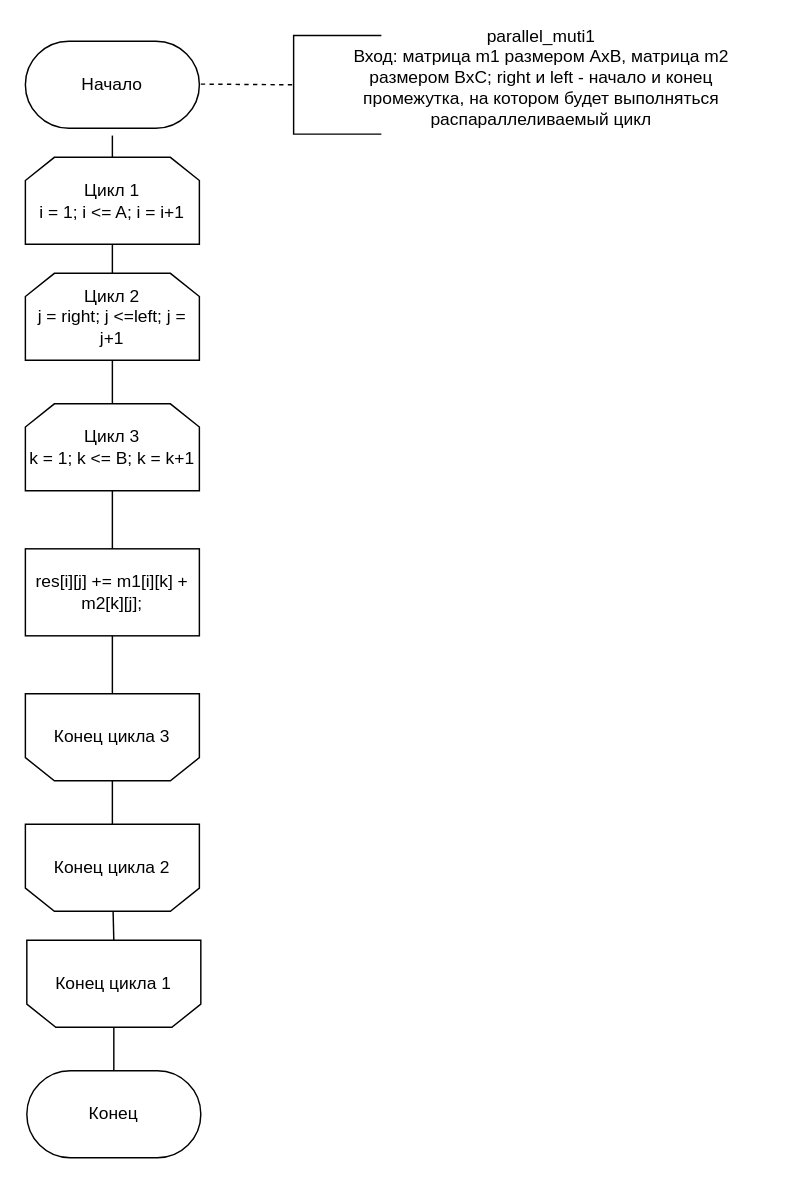
This is lab_04/report/parallel2.drawio from mRrvz/bmstu-aa, a draw.io file, before an edit. Source tidied: cells renumbered, new cells numbered last; positions are measured from the earlier drawing's top-left corner, leaving out a move shared by most shapes. Both pictures are drawn from the tidied source at 145%, with x=0, y=0 at pixel (25, 41).
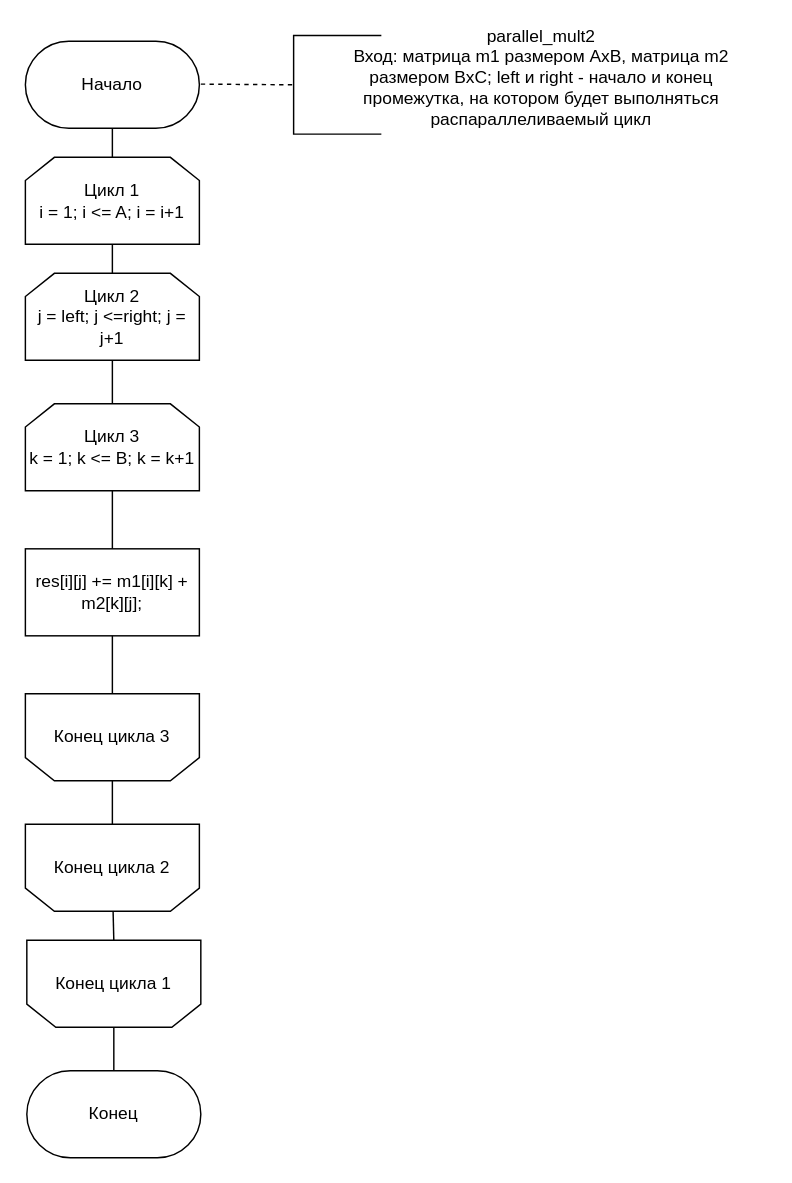
After the change.

The change refers to these unchanged cells:
```xml
<mxCell id="2" value="Начало" style="rounded=1;whiteSpace=wrap;html=1;arcSize=50;" parent="1" vertex="1">
  <mxGeometry width="120" height="60" as="geometry" />
</mxCell>
<mxCell id="4" value="Цикл 1&lt;br&gt;i = 1; i &amp;lt;= A; i = i+1" style="shape=loopLimit;whiteSpace=wrap;html=1;" parent="1" vertex="1">
  <mxGeometry y="80" width="120" height="60" as="geometry" />
</mxCell>
```

Diff of the diagram source:
```diff
@@
-    <mxCell id="3" value="parallel_muti1&lt;br&gt;Вход: матрица m1 размером AxB, матрица m2 размером BxC; right и left - начало и конец промежутка, на котором будет выполняться распараллеливаемый цикл" style="text;html=1;strokeColor=none;fillColor=none;align=center;verticalAlign=middle;whiteSpace=wrap;rounded=0;" parent="1" vertex="1">
+    <mxCell id="3" value="parallel_mult2&lt;br&gt;Вход: матрица m1 размером AxB, матрица m2 размером BxC; left и right - начало и конец промежутка, на котором будет выполняться распараллеливаемый цикл" style="text;html=1;strokeColor=none;fillColor=none;align=center;verticalAlign=middle;whiteSpace=wrap;rounded=0;" parent="1" vertex="1">
       <mxGeometry x="201" y="10" width="310" height="30" as="geometry" />
     </mxCell>
@@
-    <mxCell id="5" value="Цикл 2&lt;br&gt;j = right; j &amp;lt;=left; j = j+1" style="shape=loopLimit;whiteSpace=wrap;html=1;" parent="1" vertex="1">
+    <mxCell id="5" value="Цикл 2&lt;br&gt;j = left; j &amp;lt;=right; j = j+1" style="shape=loopLimit;whiteSpace=wrap;html=1;" parent="1" vertex="1">
       <mxGeometry y="160" width="120" height="60" as="geometry" />
     </mxCell>
@@
-    <mxCell id="14" style="endArrow=none;html=1;entryX=0.5;entryY=1;entryDx=0;entryDy=0;exitX=0.5;exitY=0;exitDx=0;exitDy=0;" parent="1" edge="1" source="4">
-      <mxGeometry relative="1" as="geometry">
-        <mxPoint x="60" y="65" as="targetPoint" />
-      </mxGeometry>
+    <mxCell id="14" style="endArrow=none;html=1;entryX=0.5;entryY=1;entryDx=0;entryDy=0;exitX=0.5;exitY=0;exitDx=0;exitDy=0;" parent="1" edge="1" source="4" target="2">
+      <mxGeometry relative="1" as="geometry" />
     </mxCell>
```
